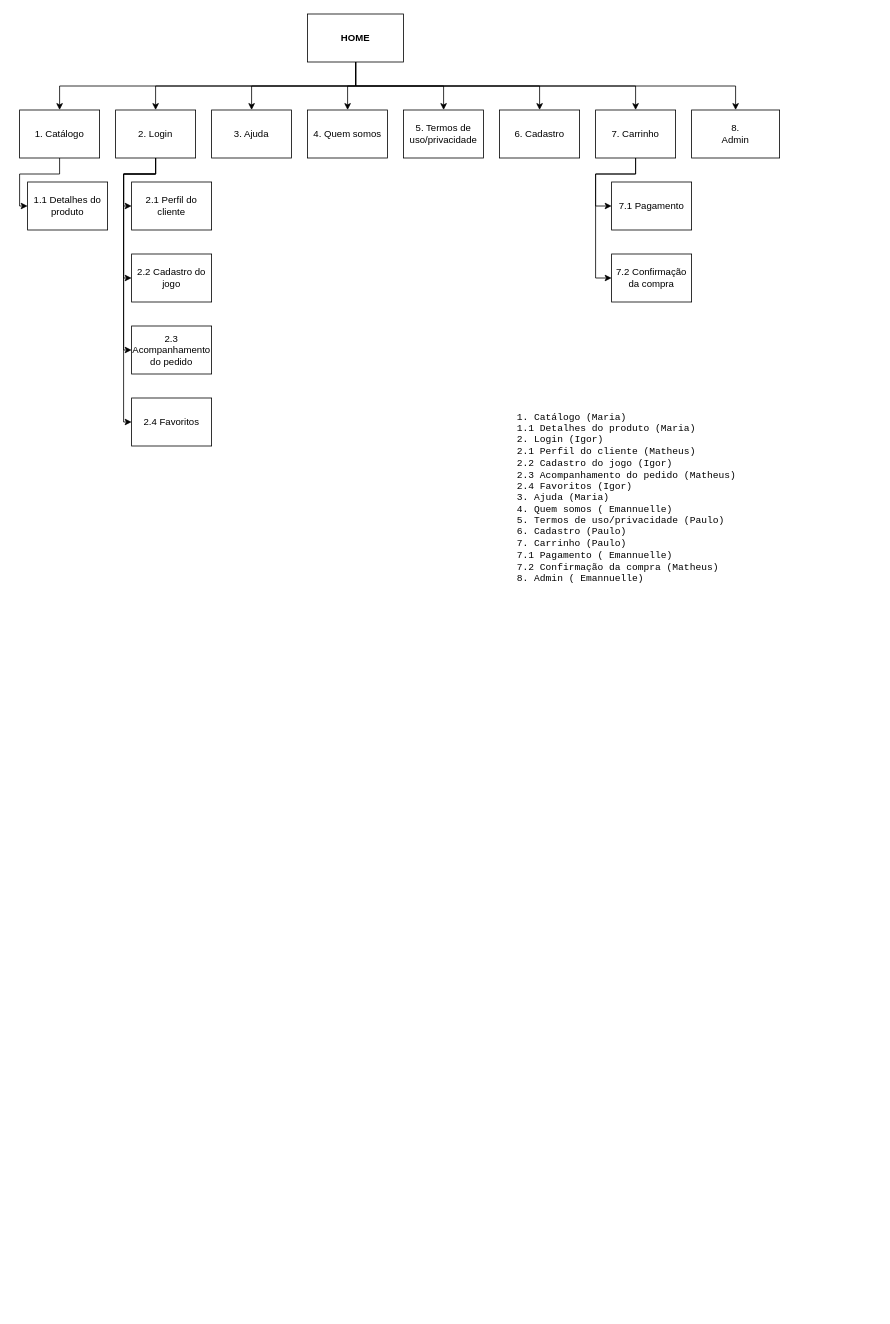
Before: page "Site map" (1 of 17) of wireframe.drawio in pdaambrosio/dh_group_5, a draw.io diagram. Source tidied: cells renumbered, new cells numbered last; positions are measured from the earlier drawing's top-left corner, leaving out a move shared by most shapes. Both pictures are drawn from the tidied source at 80%, with x=0, y=0 at pixel (19, 14).
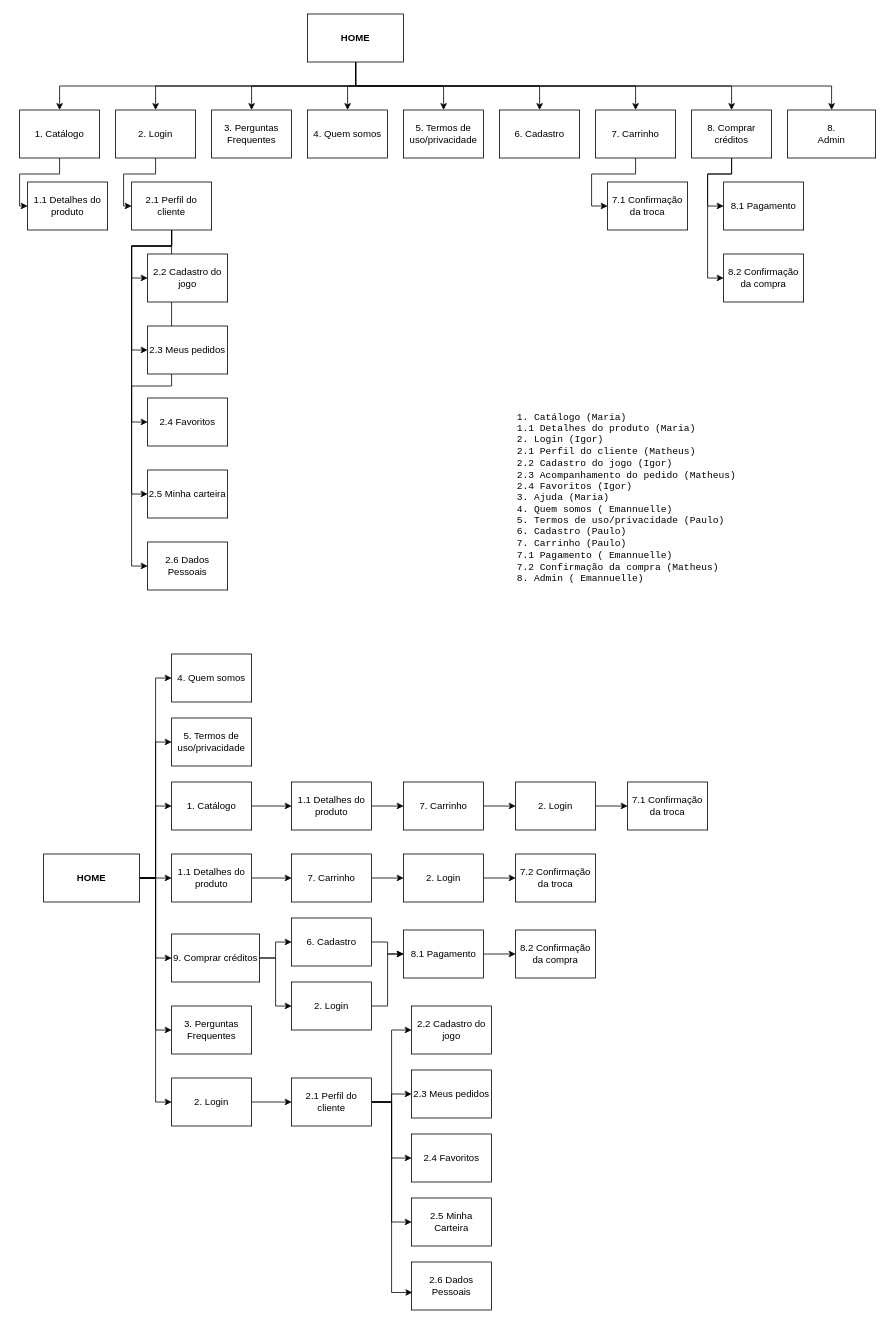
After the change.

Unchanged cells that the change refers to:
```xml
<mxCell id="10" value="&lt;b&gt;HOME&lt;/b&gt;" style="rounded=0;whiteSpace=wrap;html=1;" parent="1" vertex="1">
  <mxGeometry x="360" width="120" height="60" as="geometry" />
</mxCell>
<mxCell id="17" value="2. Login" style="rounded=0;whiteSpace=wrap;html=1;" parent="1" vertex="1">
  <mxGeometry x="120" y="120" width="100" height="60" as="geometry" />
</mxCell>
<mxCell id="24" value="7. Carrinho" style="rounded=0;whiteSpace=wrap;html=1;" parent="1" vertex="1">
  <mxGeometry x="720" y="120" width="100" height="60" as="geometry" />
</mxCell>
<mxCell id="26" value="2.1 Perfil do cliente" style="rounded=0;whiteSpace=wrap;html=1;" parent="1" vertex="1">
  <mxGeometry x="140" y="210" width="100" height="60" as="geometry" />
</mxCell>
```

The edit, as a diff of the source:
```diff
@@
-    <mxCell id="9" style="edgeStyle=orthogonalEdgeStyle;rounded=0;jettySize=auto;html=1;entryX=0.5;entryY=0;entryDx=0;entryDy=0;" parent="1" edge="1" source="10" target="32">
+    <mxCell id="9" style="edgeStyle=orthogonalEdgeStyle;rounded=0;jettySize=auto;html=1;fontSize=15;" parent="1" edge="1" source="10" target="32">
       <mxGeometry relative="1" as="geometry">
         <Array as="points">
           <mxPoint x="420" y="90" />
-          <mxPoint x="895" y="90" />
+          <mxPoint x="1015" y="90" />
         </Array>
       </mxGeometry>
     </mxCell>
+    <mxCell id="34" style="edgeStyle=orthogonalEdgeStyle;rounded=0;jettySize=auto;html=1;fontSize=15;" parent="1" edge="1" source="10" target="44">
+      <mxGeometry relative="1" as="geometry">
+        <Array as="points">
+          <mxPoint x="420" y="90" />
+          <mxPoint x="890" y="90" />
+        </Array>
+      </mxGeometry>
+    </mxCell>
@@
-    <mxCell id="14" style="edgeStyle=orthogonalEdgeStyle;rounded=0;jettySize=auto;html=1;entryX=0;entryY=0.5;entryDx=0;entryDy=0;" parent="1" edge="1" source="17" target="27">
-      <mxGeometry relative="1" as="geometry">
-        <Array as="points">
-          <mxPoint x="170" y="200" />
-          <mxPoint x="130" y="200" />
-          <mxPoint x="130" y="330" />
-        </Array>
-      </mxGeometry>
-    </mxCell>
-    <mxCell id="15" style="edgeStyle=orthogonalEdgeStyle;rounded=0;jettySize=auto;html=1;entryX=0;entryY=0.5;entryDx=0;entryDy=0;" parent="1" edge="1" source="17" target="28">
-      <mxGeometry relative="1" as="geometry">
-        <Array as="points">
-          <mxPoint x="170" y="200" />
-          <mxPoint x="130" y="200" />
-          <mxPoint x="130" y="420" />
-        </Array>
-      </mxGeometry>
-    </mxCell>
-    <mxCell id="16" style="edgeStyle=orthogonalEdgeStyle;rounded=0;jettySize=auto;html=1;entryX=0;entryY=0.5;entryDx=0;entryDy=0;" parent="1" edge="1" source="17" target="31">
-      <mxGeometry relative="1" as="geometry">
-        <Array as="points">
-          <mxPoint x="170" y="200" />
-          <mxPoint x="130" y="200" />
-          <mxPoint x="130" y="510" />
-        </Array>
-      </mxGeometry>
-    </mxCell>
@@
-    <mxCell id="18" value="3. Ajuda" style="rounded=0;whiteSpace=wrap;html=1;" parent="1" vertex="1">
+    <mxCell id="18" value="3. Perguntas Frequentes" style="rounded=0;whiteSpace=wrap;html=1;" parent="1" vertex="1">
       <mxGeometry x="240" y="120" width="100" height="60" as="geometry" />
     </mxCell>
@@
-    <mxCell id="22" style="edgeStyle=orthogonalEdgeStyle;rounded=0;jettySize=auto;html=1;entryX=0;entryY=0.5;entryDx=0;entryDy=0;" parent="1" edge="1" source="24" target="29">
-      <mxGeometry relative="1" as="geometry" />
-    </mxCell>
-    <mxCell id="23" style="edgeStyle=orthogonalEdgeStyle;rounded=0;jettySize=auto;html=1;entryX=0;entryY=0.5;entryDx=0;entryDy=0;" parent="1" edge="1" source="24" target="30">
-      <mxGeometry relative="1" as="geometry">
-        <Array as="points">
-          <mxPoint x="770" y="200" />
-          <mxPoint x="720" y="200" />
-          <mxPoint x="720" y="330" />
-        </Array>
-      </mxGeometry>
-    </mxCell>
+    <mxCell id="35" style="edgeStyle=orthogonalEdgeStyle;rounded=0;jettySize=auto;html=1;entryX=0;entryY=0.5;entryDx=0;entryDy=0;fontSize=15;" parent="1" edge="1" source="24" target="47">
+      <mxGeometry relative="1" as="geometry" />
+    </mxCell>
@@
+    <mxCell id="36" style="edgeStyle=orthogonalEdgeStyle;rounded=0;jettySize=auto;html=1;entryX=0;entryY=0.5;entryDx=0;entryDy=0;fontSize=15;" parent="1" edge="1" source="26" target="27">
+      <mxGeometry relative="1" as="geometry" />
+    </mxCell>
+    <mxCell id="37" style="edgeStyle=orthogonalEdgeStyle;rounded=0;jettySize=auto;html=1;entryX=0;entryY=0.5;entryDx=0;entryDy=0;fontSize=15;" parent="1" edge="1" source="26" target="28">
+      <mxGeometry relative="1" as="geometry">
+        <Array as="points">
+          <mxPoint x="190" y="290" />
+          <mxPoint x="140" y="290" />
+          <mxPoint x="140" y="420" />
+        </Array>
+      </mxGeometry>
+    </mxCell>
+    <mxCell id="38" style="edgeStyle=orthogonalEdgeStyle;rounded=0;jettySize=auto;html=1;entryX=0;entryY=0.5;entryDx=0;entryDy=0;fontSize=15;" parent="1" edge="1" source="26" target="31">
+      <mxGeometry relative="1" as="geometry">
+        <Array as="points">
+          <mxPoint x="190" y="290" />
+          <mxPoint x="140" y="290" />
+          <mxPoint x="140" y="510" />
+        </Array>
+      </mxGeometry>
+    </mxCell>
+    <mxCell id="39" style="edgeStyle=orthogonalEdgeStyle;rounded=0;jettySize=auto;html=1;entryX=0;entryY=0.5;entryDx=0;entryDy=0;fontSize=15;" parent="1" edge="1" source="26" target="41">
+      <mxGeometry relative="1" as="geometry">
+        <Array as="points">
+          <mxPoint x="190" y="290" />
+          <mxPoint x="140" y="290" />
+          <mxPoint x="140" y="600" />
+        </Array>
+      </mxGeometry>
+    </mxCell>
+    <mxCell id="40" style="edgeStyle=orthogonalEdgeStyle;rounded=0;jettySize=auto;html=1;entryX=0;entryY=0.5;entryDx=0;entryDy=0;fontSize=15;" parent="1" edge="1" source="26" target="97">
+      <mxGeometry relative="1" as="geometry" />
+    </mxCell>
@@
     <mxCell id="27" value="2.2 Cadastro do jogo" style="rounded=0;whiteSpace=wrap;html=1;" parent="1" vertex="1">
-      <mxGeometry x="140" y="300" width="100" height="60" as="geometry" />
+      <mxGeometry x="160" y="300" width="100" height="60" as="geometry" />
     </mxCell>
-    <mxCell id="28" value="2.3 Acompanhamento do pedido" style="rounded=0;whiteSpace=wrap;html=1;verticalAlign=middle;" parent="1" vertex="1">
-      <mxGeometry x="140" y="390" width="100" height="60" as="geometry" />
+    <mxCell id="28" value="2.3 Meus pedidos" style="rounded=0;whiteSpace=wrap;html=1;verticalAlign=middle;" parent="1" vertex="1">
+      <mxGeometry x="160" y="390" width="100" height="60" as="geometry" />
     </mxCell>
-    <mxCell id="29" value="7.1 Pagamento" style="rounded=0;whiteSpace=wrap;html=1;" parent="1" vertex="1">
-      <mxGeometry x="740" y="210" width="100" height="60" as="geometry" />
-    </mxCell>
-    <mxCell id="30" value="7.2 Confirmação da compra" style="rounded=0;whiteSpace=wrap;html=1;" parent="1" vertex="1">
-      <mxGeometry x="740" y="300" width="100" height="60" as="geometry" />
-    </mxCell>
     <mxCell id="31" value="2.4 Favoritos" style="rounded=0;whiteSpace=wrap;html=1;" parent="1" vertex="1">
-      <mxGeometry x="140" y="480" width="100" height="60" as="geometry" />
+      <mxGeometry x="160" y="480" width="100" height="60" as="geometry" />
     </mxCell>
     <mxCell id="32" value="8. &lt;br&gt;Admin" style="rounded=0;whiteSpace=wrap;html=1;" parent="1" vertex="1">
-      <mxGeometry x="840" y="120" width="110" height="60" as="geometry" />
+      <mxGeometry x="960" y="120" width="110" height="60" as="geometry" />
     </mxCell>
@@
+    <mxCell id="41" value="2.5 Minha carteira" style="rounded=0;whiteSpace=wrap;html=1;" parent="1" vertex="1">
+      <mxGeometry x="160" y="570" width="100" height="60" as="geometry" />
+    </mxCell>
+    <mxCell id="42" style="edgeStyle=orthogonalEdgeStyle;rounded=0;jettySize=auto;html=1;entryX=0;entryY=0.5;entryDx=0;entryDy=0;fontSize=15;" parent="1" edge="1" source="44" target="45">
+      <mxGeometry relative="1" as="geometry" />
+    </mxCell>
+    <mxCell id="43" style="edgeStyle=orthogonalEdgeStyle;rounded=0;jettySize=auto;html=1;entryX=0;entryY=0.5;entryDx=0;entryDy=0;fontSize=15;" parent="1" edge="1" source="44" target="46">
+      <mxGeometry relative="1" as="geometry">
+        <Array as="points">
+          <mxPoint x="890" y="200" />
+          <mxPoint x="860" y="200" />
+          <mxPoint x="860" y="330" />
+        </Array>
+      </mxGeometry>
+    </mxCell>
+    <mxCell id="44" value="8. Comprar créditos" style="rounded=0;whiteSpace=wrap;html=1;" parent="1" vertex="1">
+      <mxGeometry x="840" y="120" width="100" height="60" as="geometry" />
+    </mxCell>
+    <mxCell id="45" value="8.1 Pagamento" style="rounded=0;whiteSpace=wrap;html=1;" parent="1" vertex="1">
+      <mxGeometry x="880" y="210" width="100" height="60" as="geometry" />
+    </mxCell>
+    <mxCell id="46" value="8.2 Confirmação da compra" style="rounded=0;whiteSpace=wrap;html=1;" parent="1" vertex="1">
+      <mxGeometry x="880" y="300" width="100" height="60" as="geometry" />
+    </mxCell>
+    <mxCell id="47" value="7.1 Confirmação da troca" style="rounded=0;whiteSpace=wrap;html=1;" parent="1" vertex="1">
+      <mxGeometry x="735" y="210" width="100" height="60" as="geometry" />
+    </mxCell>
+    <mxCell id="48" style="edgeStyle=orthogonalEdgeStyle;rounded=0;jettySize=auto;html=1;entryX=0;entryY=0.5;entryDx=0;entryDy=0;fontSize=15;" parent="1" edge="1" source="55" target="86">
+      <mxGeometry relative="1" as="geometry" />
+    </mxCell>
+    <mxCell id="49" style="edgeStyle=orthogonalEdgeStyle;rounded=0;jettySize=auto;html=1;entryX=0;entryY=0.5;entryDx=0;entryDy=0;fontSize=15;" parent="1" edge="1" source="55" target="84">
+      <mxGeometry relative="1" as="geometry" />
+    </mxCell>
+    <mxCell id="50" style="edgeStyle=orthogonalEdgeStyle;rounded=0;jettySize=auto;html=1;entryX=0;entryY=0.5;entryDx=0;entryDy=0;fontSize=15;" parent="1" edge="1" source="55" target="57">
+      <mxGeometry relative="1" as="geometry" />
+    </mxCell>
+    <mxCell id="51" style="edgeStyle=orthogonalEdgeStyle;rounded=0;jettySize=auto;html=1;entryX=0;entryY=0.5;entryDx=0;entryDy=0;fontSize=15;" parent="1" edge="1" source="55" target="59">
+      <mxGeometry relative="1" as="geometry" />
+    </mxCell>
+    <mxCell id="52" style="edgeStyle=orthogonalEdgeStyle;rounded=0;jettySize=auto;html=1;entryX=0;entryY=0.5;entryDx=0;entryDy=0;fontSize=15;" parent="1" edge="1" source="55" target="66">
+      <mxGeometry relative="1" as="geometry" />
+    </mxCell>
+    <mxCell id="53" style="edgeStyle=orthogonalEdgeStyle;rounded=0;jettySize=auto;html=1;entryX=0;entryY=0.5;entryDx=0;entryDy=0;fontSize=15;" parent="1" edge="1" source="55" target="85">
+      <mxGeometry relative="1" as="geometry" />
+    </mxCell>
+    <mxCell id="54" style="edgeStyle=orthogonalEdgeStyle;rounded=0;jettySize=auto;html=1;entryX=0;entryY=0.5;entryDx=0;entryDy=0;fontSize=15;" parent="1" edge="1" source="55" target="73">
+      <mxGeometry relative="1" as="geometry" />
+    </mxCell>
+    <mxCell id="55" value="&lt;b&gt;HOME&lt;/b&gt;" style="rounded=0;whiteSpace=wrap;html=1;" parent="1" vertex="1">
+      <mxGeometry x="30" y="1050" width="120" height="60" as="geometry" />
+    </mxCell>
+    <mxCell id="56" style="edgeStyle=orthogonalEdgeStyle;rounded=0;jettySize=auto;html=1;entryX=0;entryY=0.5;entryDx=0;entryDy=0;fontSize=15;" parent="1" edge="1" source="57" target="61">
+      <mxGeometry relative="1" as="geometry" />
+    </mxCell>
+    <mxCell id="57" value="1. Catálogo" style="rounded=0;whiteSpace=wrap;html=1;" parent="1" vertex="1">
+      <mxGeometry x="190" y="960" width="100" height="60" as="geometry" />
+    </mxCell>
+    <mxCell id="58" style="edgeStyle=orthogonalEdgeStyle;rounded=0;jettySize=auto;html=1;entryX=0;entryY=0.5;entryDx=0;entryDy=0;fontSize=15;" parent="1" edge="1" source="59" target="71">
+      <mxGeometry relative="1" as="geometry" />
+    </mxCell>
+    <mxCell id="59" value="1.1 Detalhes do produto" style="rounded=0;whiteSpace=wrap;html=1;" parent="1" vertex="1">
+      <mxGeometry x="190" y="1050" width="100" height="60" as="geometry" />
+    </mxCell>
+    <mxCell id="60" style="edgeStyle=orthogonalEdgeStyle;rounded=0;jettySize=auto;html=1;fontSize=15;" parent="1" edge="1" source="61" target="63">
+      <mxGeometry relative="1" as="geometry" />
+    </mxCell>
+    <mxCell id="61" value="1.1 Detalhes do produto" style="rounded=0;whiteSpace=wrap;html=1;" parent="1" vertex="1">
+      <mxGeometry x="340" y="960" width="100" height="60" as="geometry" />
+    </mxCell>
+    <mxCell id="62" style="edgeStyle=orthogonalEdgeStyle;rounded=0;jettySize=auto;html=1;entryX=0;entryY=0.5;entryDx=0;entryDy=0;fontSize=15;" parent="1" edge="1" source="63" target="95">
+      <mxGeometry relative="1" as="geometry" />
+    </mxCell>
+    <mxCell id="63" value="7. Carrinho" style="rounded=0;whiteSpace=wrap;html=1;" parent="1" vertex="1">
+      <mxGeometry x="480" y="960" width="100" height="60" as="geometry" />
+    </mxCell>
+    <mxCell id="64" style="edgeStyle=orthogonalEdgeStyle;rounded=0;jettySize=auto;html=1;entryX=0;entryY=0.5;entryDx=0;entryDy=0;fontSize=15;" parent="1" edge="1" source="66" target="92">
+      <mxGeometry relative="1" as="geometry" />
+    </mxCell>
+    <mxCell id="65" style="edgeStyle=orthogonalEdgeStyle;rounded=0;jettySize=auto;html=1;entryX=0;entryY=0.5;entryDx=0;entryDy=0;fontSize=15;" parent="1" edge="1" source="66" target="90">
+      <mxGeometry relative="1" as="geometry" />
+    </mxCell>
+    <mxCell id="66" value="9. Comprar créditos" style="rounded=0;whiteSpace=wrap;html=1;" parent="1" vertex="1">
+      <mxGeometry x="190" y="1150" width="110" height="60" as="geometry" />
+    </mxCell>
+    <mxCell id="67" style="edgeStyle=orthogonalEdgeStyle;rounded=0;jettySize=auto;html=1;entryX=0;entryY=0.5;entryDx=0;entryDy=0;fontSize=15;" parent="1" edge="1" source="68" target="69">
+      <mxGeometry relative="1" as="geometry" />
+    </mxCell>
+    <mxCell id="68" value="8.1 Pagamento" style="rounded=0;whiteSpace=wrap;html=1;" parent="1" vertex="1">
+      <mxGeometry x="480" y="1145" width="100" height="60" as="geometry" />
+    </mxCell>
+    <mxCell id="69" value="8.2 Confirmação da compra" style="rounded=0;whiteSpace=wrap;html=1;" parent="1" vertex="1">
+      <mxGeometry x="620" y="1145" width="100" height="60" as="geometry" />
+    </mxCell>
+    <mxCell id="70" style="edgeStyle=orthogonalEdgeStyle;rounded=0;jettySize=auto;html=1;entryX=0;entryY=0.5;entryDx=0;entryDy=0;fontSize=15;" parent="1" edge="1" source="71" target="88">
+      <mxGeometry relative="1" as="geometry" />
+    </mxCell>
+    <mxCell id="71" value="7. Carrinho" style="rounded=0;whiteSpace=wrap;html=1;" parent="1" vertex="1">
+      <mxGeometry x="340" y="1050" width="100" height="60" as="geometry" />
+    </mxCell>
+    <mxCell id="72" style="edgeStyle=orthogonalEdgeStyle;rounded=0;jettySize=auto;html=1;entryX=0;entryY=0.5;entryDx=0;entryDy=0;fontSize=15;" parent="1" edge="1" source="73" target="79">
+      <mxGeometry relative="1" as="geometry" />
+    </mxCell>
+    <mxCell id="73" value="2. Login" style="rounded=0;whiteSpace=wrap;html=1;" parent="1" vertex="1">
+      <mxGeometry x="190" y="1330" width="100" height="60" as="geometry" />
+    </mxCell>
+    <mxCell id="74" style="edgeStyle=orthogonalEdgeStyle;rounded=0;jettySize=auto;html=1;entryX=0;entryY=0.5;entryDx=0;entryDy=0;fontSize=15;" parent="1" edge="1" source="79" target="80">
+      <mxGeometry relative="1" as="geometry" />
+    </mxCell>
+    <mxCell id="75" style="edgeStyle=orthogonalEdgeStyle;rounded=0;jettySize=auto;html=1;entryX=0;entryY=0.5;entryDx=0;entryDy=0;fontSize=15;" parent="1" edge="1" source="79" target="81">
+      <mxGeometry relative="1" as="geometry" />
+    </mxCell>
+    <mxCell id="76" style="edgeStyle=orthogonalEdgeStyle;rounded=0;jettySize=auto;html=1;entryX=0;entryY=0.5;entryDx=0;entryDy=0;fontSize=15;" parent="1" edge="1" source="79" target="82">
+      <mxGeometry relative="1" as="geometry" />
+    </mxCell>
+    <mxCell id="77" style="edgeStyle=orthogonalEdgeStyle;rounded=0;jettySize=auto;html=1;entryX=0;entryY=0.5;entryDx=0;entryDy=0;fontSize=15;" parent="1" edge="1" source="79" target="83">
+      <mxGeometry relative="1" as="geometry" />
+    </mxCell>
+    <mxCell id="78" style="edgeStyle=orthogonalEdgeStyle;rounded=0;jettySize=auto;html=1;entryX=0.009;entryY=0.635;entryDx=0;entryDy=0;entryPerimeter=0;fontSize=15;" parent="1" edge="1" source="79" target="98">
+      <mxGeometry relative="1" as="geometry" />
+    </mxCell>
+    <mxCell id="79" value="2.1 Perfil do cliente" style="rounded=0;whiteSpace=wrap;html=1;" parent="1" vertex="1">
+      <mxGeometry x="340" y="1330" width="100" height="60" as="geometry" />
+    </mxCell>
+    <mxCell id="80" value="2.2 Cadastro do jogo" style="rounded=0;whiteSpace=wrap;html=1;" parent="1" vertex="1">
+      <mxGeometry x="490" y="1240" width="100" height="60" as="geometry" />
+    </mxCell>
+    <mxCell id="81" value="2.3 Meus pedidos" style="rounded=0;whiteSpace=wrap;html=1;verticalAlign=middle;" parent="1" vertex="1">
+      <mxGeometry x="490" y="1320" width="100" height="60" as="geometry" />
+    </mxCell>
+    <mxCell id="82" value="2.4 Favoritos" style="rounded=0;whiteSpace=wrap;html=1;" parent="1" vertex="1">
+      <mxGeometry x="490" y="1400" width="100" height="60" as="geometry" />
+    </mxCell>
+    <mxCell id="83" value="2.5 Minha Carteira" style="rounded=0;whiteSpace=wrap;html=1;" parent="1" vertex="1">
+      <mxGeometry x="490" y="1480" width="100" height="60" as="geometry" />
+    </mxCell>
+    <mxCell id="84" value="5. Termos de uso/privacidade" style="rounded=0;whiteSpace=wrap;html=1;" parent="1" vertex="1">
+      <mxGeometry x="190" y="880" width="100" height="60" as="geometry" />
+    </mxCell>
+    <mxCell id="85" value="3. Perguntas Frequentes" style="rounded=0;whiteSpace=wrap;html=1;" parent="1" vertex="1">
+      <mxGeometry x="190" y="1240" width="100" height="60" as="geometry" />
+    </mxCell>
+    <mxCell id="86" value="4. Quem somos" style="rounded=0;whiteSpace=wrap;html=1;" parent="1" vertex="1">
+      <mxGeometry x="190" y="800" width="100" height="60" as="geometry" />
+    </mxCell>
+    <mxCell id="87" style="edgeStyle=orthogonalEdgeStyle;rounded=0;jettySize=auto;html=1;entryX=0;entryY=0.5;entryDx=0;entryDy=0;fontSize=15;" parent="1" edge="1" source="88" target="96">
+      <mxGeometry relative="1" as="geometry" />
+    </mxCell>
+    <mxCell id="88" value="2. Login" style="rounded=0;whiteSpace=wrap;html=1;" parent="1" vertex="1">
+      <mxGeometry x="480" y="1050" width="100" height="60" as="geometry" />
+    </mxCell>
+    <mxCell id="89" style="edgeStyle=orthogonalEdgeStyle;rounded=0;jettySize=auto;html=1;entryX=0;entryY=0.5;entryDx=0;entryDy=0;fontSize=15;" parent="1" edge="1" source="90" target="68">
+      <mxGeometry relative="1" as="geometry" />
+    </mxCell>
+    <mxCell id="90" value="2. Login" style="rounded=0;whiteSpace=wrap;html=1;" parent="1" vertex="1">
+      <mxGeometry x="340" y="1210" width="100" height="60" as="geometry" />
+    </mxCell>
+    <mxCell id="91" style="edgeStyle=orthogonalEdgeStyle;rounded=0;jettySize=auto;html=1;entryX=0;entryY=0.5;entryDx=0;entryDy=0;fontSize=15;" parent="1" edge="1" source="92" target="68">
+      <mxGeometry relative="1" as="geometry" />
+    </mxCell>
+    <mxCell id="92" value="6. Cadastro" style="rounded=0;whiteSpace=wrap;html=1;" parent="1" vertex="1">
+      <mxGeometry x="340" y="1130" width="100" height="60" as="geometry" />
+    </mxCell>
+    <mxCell id="93" value="7.1 Confirmação da troca" style="rounded=0;whiteSpace=wrap;html=1;" parent="1" vertex="1">
+      <mxGeometry x="760" y="960" width="100" height="60" as="geometry" />
+    </mxCell>
+    <mxCell id="94" style="edgeStyle=orthogonalEdgeStyle;rounded=0;jettySize=auto;html=1;entryX=0;entryY=0.5;entryDx=0;entryDy=0;fontSize=15;" parent="1" edge="1" source="95" target="93">
+      <mxGeometry relative="1" as="geometry" />
+    </mxCell>
+    <mxCell id="95" value="2. Login" style="rounded=0;whiteSpace=wrap;html=1;" parent="1" vertex="1">
+      <mxGeometry x="620" y="960" width="100" height="60" as="geometry" />
+    </mxCell>
+    <mxCell id="96" value="7.2 Confirmação da troca" style="rounded=0;whiteSpace=wrap;html=1;" parent="1" vertex="1">
+      <mxGeometry x="620" y="1050" width="100" height="60" as="geometry" />
+    </mxCell>
+    <mxCell id="97" value="2.6 Dados Pessoais" style="rounded=0;whiteSpace=wrap;html=1;" parent="1" vertex="1">
+      <mxGeometry x="160" y="660" width="100" height="60" as="geometry" />
+    </mxCell>
+    <mxCell id="98" value="2.6 Dados Pessoais" style="rounded=0;whiteSpace=wrap;html=1;" parent="1" vertex="1">
+      <mxGeometry x="490" y="1560" width="100" height="60" as="geometry" />
+    </mxCell>
```
